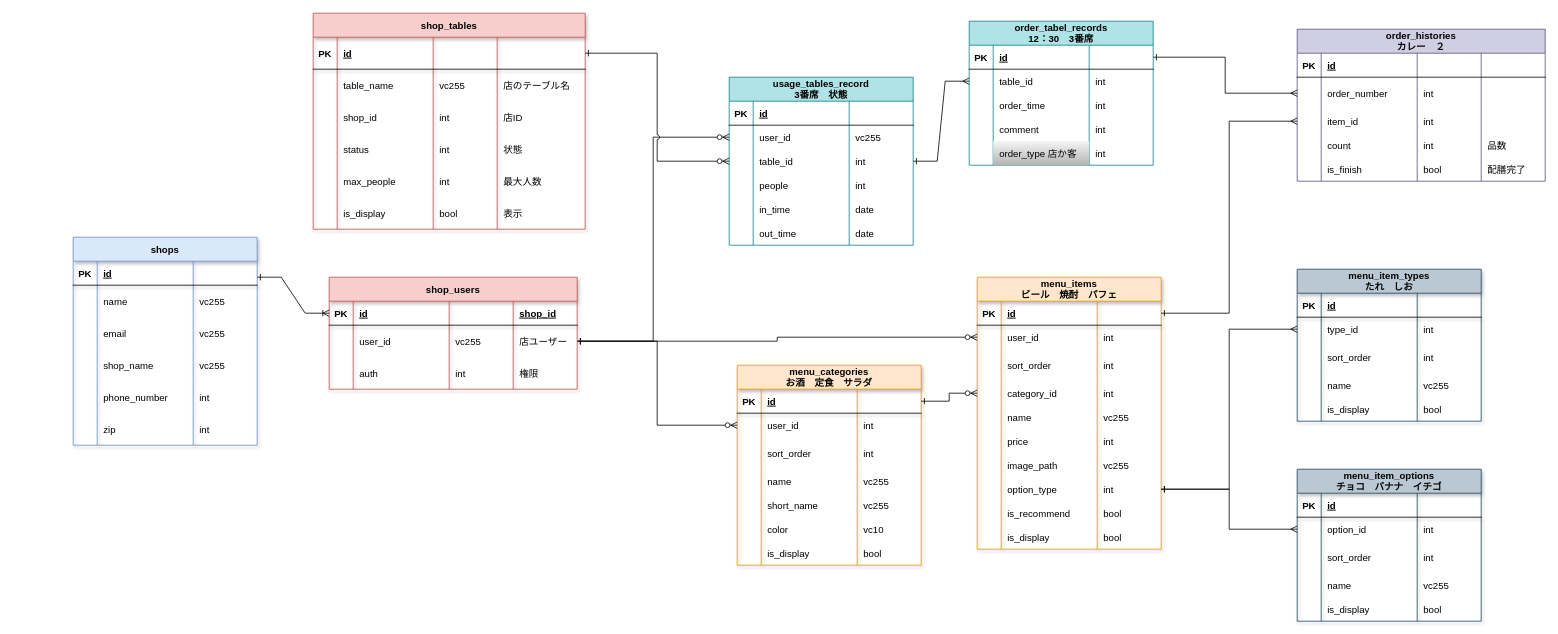
Before: DB-ER.drawio in lafrin/haizen, a draw.io diagram. Source tidied: cells renumbered, new cells numbered last; positions are measured from the earlier drawing's top-left corner, leaving out a move shared by most shapes. Both pictures are drawn from the tidied source at 80%, with x=0, y=0 at pixel (73, 13).
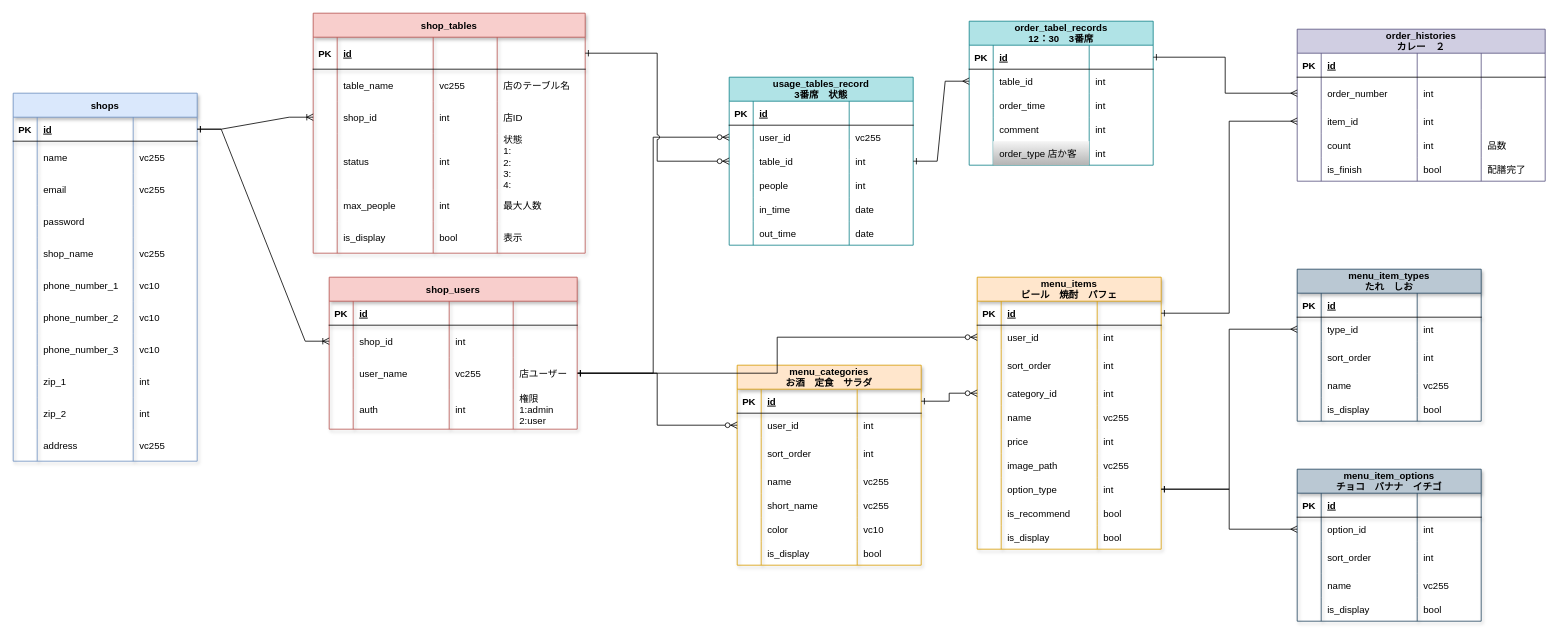
The same page after the edit.

Commit message:
DB-ER.drawio を更新します

Unchanged cells that the change refers to:
```xml
<mxCell id="94" style="shape=partialRectangle;fillColor=none;top=0;left=0;bottom=1;right=0;points=[[0,0.5],[1,0.5]];portConstraint=eastwest;shadow=1;" parent="93" vertex="1">
  <mxGeometry y="30" width="230" height="30" as="geometry" />
</mxCell>
<mxCell id="221" style="shape=partialRectangle;fillColor=none;top=0;left=0;bottom=1;right=0;points=[[0,0.5],[1,0.5]];portConstraint=eastwest;shadow=1;" parent="220" vertex="1">
  <mxGeometry y="30" width="310" height="30" as="geometry" />
</mxCell>
<mxCell id="248" style="shape=partialRectangle;fillColor=none;top=0;left=0;bottom=0;right=0;points=[[0,0.5],[1,0.5]];portConstraint=eastwest;shadow=1;" parent="237" vertex="1">
  <mxGeometry y="110" width="340" height="40" as="geometry" />
</mxCell>
```

The edit, as a diff of the source:
```diff
@@
     <mxCell id="93" value="shops" style="shape=table;startSize=30;childLayout=tableLayout;rowLines=0;fontStyle=1;align=center;shadow=1;fillColor=#dae8fc;strokeColor=#6c8ebf;" parent="1" vertex="1">
-      <mxGeometry y="280" width="230" height="260" as="geometry" />
+      <mxGeometry x="-75" y="100" width="230" height="460" as="geometry" />
     </mxCell>
@@
+    <mxCell id="269" style="shape=partialRectangle;fillColor=none;top=0;left=0;bottom=0;right=0;shadow=1;" parent="93" vertex="1">
+      <mxGeometry y="140" width="230" height="40" as="geometry" />
+    </mxCell>
+    <mxCell id="270" style="shape=partialRectangle;fillColor=none;top=0;left=0;bottom=0;right=0;overflow=hidden;shadow=1;" parent="269" vertex="1">
+      <mxGeometry width="30" height="40" as="geometry" />
+    </mxCell>
+    <mxCell id="271" value="password" style="shape=partialRectangle;fillColor=none;top=0;left=0;bottom=0;right=0;align=left;spacingLeft=6;overflow=hidden;shadow=1;" parent="269" vertex="1">
+      <mxGeometry x="30" width="120" height="40" as="geometry" />
+    </mxCell>
+    <mxCell id="272" style="shape=partialRectangle;fillColor=none;top=0;left=0;bottom=0;right=0;align=left;spacingLeft=6;overflow=hidden;shadow=1;" parent="269" vertex="1">
+      <mxGeometry x="150" width="80" height="40" as="geometry" />
+    </mxCell>
     <mxCell id="106" style="shape=partialRectangle;fillColor=none;top=0;left=0;bottom=0;right=0;shadow=1;" parent="93" vertex="1">
-      <mxGeometry y="140" width="230" height="40" as="geometry" />
+      <mxGeometry y="180" width="230" height="40" as="geometry" />
     </mxCell>
@@
     <mxCell id="110" style="shape=partialRectangle;fillColor=none;top=0;left=0;bottom=0;right=0;shadow=1;" parent="93" vertex="1">
-      <mxGeometry y="180" width="230" height="40" as="geometry" />
+      <mxGeometry y="220" width="230" height="40" as="geometry" />
     </mxCell>
@@
-    <mxCell id="112" value="phone_number" style="shape=partialRectangle;fillColor=none;top=0;left=0;bottom=0;right=0;align=left;spacingLeft=6;overflow=hidden;shadow=1;" parent="110" vertex="1">
+    <mxCell id="112" value="phone_number_1" style="shape=partialRectangle;fillColor=none;top=0;left=0;bottom=0;right=0;align=left;spacingLeft=6;overflow=hidden;shadow=1;" parent="110" vertex="1">
       <mxGeometry x="30" width="120" height="40" as="geometry" />
     </mxCell>
-    <mxCell id="113" value="int" style="shape=partialRectangle;fillColor=none;top=0;left=0;bottom=0;right=0;align=left;spacingLeft=6;overflow=hidden;shadow=1;" parent="110" vertex="1">
+    <mxCell id="113" value="vc10" style="shape=partialRectangle;fillColor=none;top=0;left=0;bottom=0;right=0;align=left;spacingLeft=6;overflow=hidden;shadow=1;" parent="110" vertex="1">
       <mxGeometry x="150" width="80" height="40" as="geometry" />
     </mxCell>
+    <mxCell id="273" style="shape=partialRectangle;fillColor=none;top=0;left=0;bottom=0;right=0;shadow=1;" parent="93" vertex="1">
+      <mxGeometry y="260" width="230" height="40" as="geometry" />
+    </mxCell>
+    <mxCell id="274" style="shape=partialRectangle;fillColor=none;top=0;left=0;bottom=0;right=0;overflow=hidden;shadow=1;" parent="273" vertex="1">
+      <mxGeometry width="30" height="40" as="geometry" />
+    </mxCell>
+    <mxCell id="275" value="phone_number_2" style="shape=partialRectangle;fillColor=none;top=0;left=0;bottom=0;right=0;align=left;spacingLeft=6;overflow=hidden;shadow=1;" parent="273" vertex="1">
+      <mxGeometry x="30" width="120" height="40" as="geometry" />
+    </mxCell>
+    <mxCell id="276" value="vc10" style="shape=partialRectangle;fillColor=none;top=0;left=0;bottom=0;right=0;align=left;spacingLeft=6;overflow=hidden;shadow=1;" parent="273" vertex="1">
+      <mxGeometry x="150" width="80" height="40" as="geometry" />
+    </mxCell>
+    <mxCell id="277" style="shape=partialRectangle;fillColor=none;top=0;left=0;bottom=0;right=0;shadow=1;" parent="93" vertex="1">
+      <mxGeometry y="300" width="230" height="40" as="geometry" />
+    </mxCell>
+    <mxCell id="278" style="shape=partialRectangle;fillColor=none;top=0;left=0;bottom=0;right=0;overflow=hidden;shadow=1;" parent="277" vertex="1">
+      <mxGeometry width="30" height="40" as="geometry" />
+    </mxCell>
+    <mxCell id="279" value="phone_number_3" style="shape=partialRectangle;fillColor=none;top=0;left=0;bottom=0;right=0;align=left;spacingLeft=6;overflow=hidden;shadow=1;" parent="277" vertex="1">
+      <mxGeometry x="30" width="120" height="40" as="geometry" />
+    </mxCell>
+    <mxCell id="280" value="vc10" style="shape=partialRectangle;fillColor=none;top=0;left=0;bottom=0;right=0;align=left;spacingLeft=6;overflow=hidden;shadow=1;" parent="277" vertex="1">
+      <mxGeometry x="150" width="80" height="40" as="geometry" />
+    </mxCell>
     <mxCell id="114" style="shape=partialRectangle;fillColor=none;top=0;left=0;bottom=0;right=0;shadow=1;" parent="93" vertex="1">
-      <mxGeometry y="220" width="230" height="40" as="geometry" />
+      <mxGeometry y="340" width="230" height="40" as="geometry" />
     </mxCell>
@@
-    <mxCell id="116" value="zip" style="shape=partialRectangle;fillColor=none;top=0;left=0;bottom=0;right=0;align=left;spacingLeft=6;overflow=hidden;shadow=1;" parent="114" vertex="1">
+    <mxCell id="116" value="zip_1" style="shape=partialRectangle;fillColor=none;top=0;left=0;bottom=0;right=0;align=left;spacingLeft=6;overflow=hidden;shadow=1;" parent="114" vertex="1">
       <mxGeometry x="30" width="120" height="40" as="geometry" />
     </mxCell>
@@
+    <mxCell id="281" style="shape=partialRectangle;fillColor=none;top=0;left=0;bottom=0;right=0;shadow=1;" parent="93" vertex="1">
+      <mxGeometry y="380" width="230" height="40" as="geometry" />
+    </mxCell>
+    <mxCell id="282" style="shape=partialRectangle;fillColor=none;top=0;left=0;bottom=0;right=0;overflow=hidden;shadow=1;" parent="281" vertex="1">
+      <mxGeometry width="30" height="40" as="geometry" />
+    </mxCell>
+    <mxCell id="283" value="zip_2" style="shape=partialRectangle;fillColor=none;top=0;left=0;bottom=0;right=0;align=left;spacingLeft=6;overflow=hidden;shadow=1;" parent="281" vertex="1">
+      <mxGeometry x="30" width="120" height="40" as="geometry" />
+    </mxCell>
+    <mxCell id="284" value="int" style="shape=partialRectangle;fillColor=none;top=0;left=0;bottom=0;right=0;align=left;spacingLeft=6;overflow=hidden;shadow=1;" parent="281" vertex="1">
+      <mxGeometry x="150" width="80" height="40" as="geometry" />
+    </mxCell>
+    <mxCell id="285" style="shape=partialRectangle;fillColor=none;top=0;left=0;bottom=0;right=0;shadow=1;" parent="93" vertex="1">
+      <mxGeometry y="420" width="230" height="40" as="geometry" />
+    </mxCell>
+    <mxCell id="286" style="shape=partialRectangle;fillColor=none;top=0;left=0;bottom=0;right=0;overflow=hidden;shadow=1;" parent="285" vertex="1">
+      <mxGeometry width="30" height="40" as="geometry" />
+    </mxCell>
+    <mxCell id="287" value="address" style="shape=partialRectangle;fillColor=none;top=0;left=0;bottom=0;right=0;align=left;spacingLeft=6;overflow=hidden;shadow=1;" parent="285" vertex="1">
+      <mxGeometry x="30" width="120" height="40" as="geometry" />
+    </mxCell>
+    <mxCell id="288" value="vc255" style="shape=partialRectangle;fillColor=none;top=0;left=0;bottom=0;right=0;align=left;spacingLeft=6;overflow=hidden;shadow=1;" parent="285" vertex="1">
+      <mxGeometry x="150" width="80" height="40" as="geometry" />
+    </mxCell>
@@
     <mxCell id="220" value="shop_users" style="shape=table;startSize=30;childLayout=tableLayout;rowLines=0;fontStyle=1;align=center;shadow=1;fillColor=#f8cecc;strokeColor=#b85450;" parent="1" vertex="1">
-      <mxGeometry x="320" y="330" width="310" height="140" as="geometry" />
+      <mxGeometry x="320" y="330" width="310" height="190" as="geometry" />
     </mxCell>
@@
-    <mxCell id="225" value="shop_id" style="shape=partialRectangle;fillColor=none;top=0;left=0;bottom=0;right=0;align=left;spacingLeft=6;fontStyle=5;overflow=hidden;shadow=1;" parent="221" vertex="1">
+    <mxCell id="225" style="shape=partialRectangle;fillColor=none;top=0;left=0;bottom=0;right=0;align=left;spacingLeft=6;fontStyle=5;overflow=hidden;shadow=1;" parent="221" vertex="1">
       <mxGeometry x="230" width="80" height="30" as="geometry" />
     </mxCell>
+    <mxCell id="289" style="shape=partialRectangle;fillColor=none;top=0;left=0;bottom=0;right=0;points=[[0,0.5],[1,0.5]];portConstraint=eastwest;shadow=1;" parent="220" vertex="1">
+      <mxGeometry y="60" width="310" height="40" as="geometry" />
+    </mxCell>
+    <mxCell id="290" style="shape=partialRectangle;fillColor=none;top=0;left=0;bottom=0;right=0;overflow=hidden;shadow=1;" parent="289" vertex="1">
+      <mxGeometry width="30" height="40" as="geometry" />
+    </mxCell>
+    <mxCell id="291" value="shop_id" style="shape=partialRectangle;fillColor=none;top=0;left=0;bottom=0;right=0;align=left;spacingLeft=6;overflow=hidden;shadow=1;" parent="289" vertex="1">
+      <mxGeometry x="30" width="120" height="40" as="geometry" />
+    </mxCell>
+    <mxCell id="292" value="int" style="shape=partialRectangle;fillColor=none;top=0;left=0;bottom=0;right=0;align=left;spacingLeft=6;overflow=hidden;shadow=1;" parent="289" vertex="1">
+      <mxGeometry x="150" width="80" height="40" as="geometry" />
+    </mxCell>
+    <mxCell id="293" style="shape=partialRectangle;fillColor=none;top=0;left=0;bottom=0;right=0;align=left;spacingLeft=6;overflow=hidden;shadow=1;" parent="289" vertex="1">
+      <mxGeometry x="230" width="80" height="40" as="geometry" />
+    </mxCell>
     <mxCell id="226" style="shape=partialRectangle;fillColor=none;top=0;left=0;bottom=0;right=0;points=[[0,0.5],[1,0.5]];portConstraint=eastwest;shadow=1;" parent="220" vertex="1">
-      <mxGeometry y="60" width="310" height="40" as="geometry" />
+      <mxGeometry y="100" width="310" height="40" as="geometry" />
     </mxCell>
@@
-    <mxCell id="228" value="user_id" style="shape=partialRectangle;fillColor=none;top=0;left=0;bottom=0;right=0;align=left;spacingLeft=6;overflow=hidden;shadow=1;" parent="226" vertex="1">
+    <mxCell id="228" value="user_name" style="shape=partialRectangle;fillColor=none;top=0;left=0;bottom=0;right=0;align=left;spacingLeft=6;overflow=hidden;shadow=1;" parent="226" vertex="1">
       <mxGeometry x="30" width="120" height="40" as="geometry" />
     </mxCell>
@@
     <mxCell id="231" style="shape=partialRectangle;fillColor=none;top=0;left=0;bottom=0;right=0;shadow=1;" parent="220" vertex="1">
-      <mxGeometry y="100" width="310" height="40" as="geometry" />
+      <mxGeometry y="140" width="310" height="50" as="geometry" />
     </mxCell>
     <mxCell id="232" style="shape=partialRectangle;fillColor=none;top=0;left=0;bottom=0;right=0;overflow=hidden;shadow=1;" parent="231" vertex="1">
-      <mxGeometry width="30" height="40" as="geometry" />
+      <mxGeometry width="30" height="50" as="geometry" />
     </mxCell>
     <mxCell id="233" value="auth" style="shape=partialRectangle;fillColor=none;top=0;left=0;bottom=0;right=0;align=left;spacingLeft=6;overflow=hidden;shadow=1;" parent="231" vertex="1">
-      <mxGeometry x="30" width="120" height="40" as="geometry" />
+      <mxGeometry x="30" width="120" height="50" as="geometry" />
     </mxCell>
     <mxCell id="234" value="int" style="shape=partialRectangle;fillColor=none;top=0;left=0;bottom=0;right=0;align=left;spacingLeft=6;overflow=hidden;shadow=1;" parent="231" vertex="1">
-      <mxGeometry x="150" width="80" height="40" as="geometry" />
+      <mxGeometry x="150" width="80" height="50" as="geometry" />
     </mxCell>
-    <mxCell id="235" value="権限" style="shape=partialRectangle;fillColor=none;top=0;left=0;bottom=0;right=0;align=left;spacingLeft=6;overflow=hidden;shadow=1;" parent="231" vertex="1">
-      <mxGeometry x="230" width="80" height="40" as="geometry" />
+    <mxCell id="235" value="権限&#10;1:admin&#10;2:user" style="shape=partialRectangle;fillColor=none;top=0;left=0;bottom=0;right=0;align=left;spacingLeft=6;overflow=hidden;shadow=1;" parent="231" vertex="1">
+      <mxGeometry x="230" width="80" height="50" as="geometry" />
     </mxCell>
-    <mxCell id="236" style="edgeStyle=entityRelationEdgeStyle;fontSize=12;html=1;endArrow=ERoneToMany;rounded=0;entryX=0;entryY=0.5;entryDx=0;entryDy=0;startArrow=ERone;startFill=0;" parent="1" edge="1" target="221">
-      <mxGeometry relative="1" as="geometry">
-        <mxPoint x="230" y="330" as="sourcePoint" />
-      </mxGeometry>
+    <mxCell id="236" style="edgeStyle=entityRelationEdgeStyle;fontSize=12;html=1;endArrow=ERoneToMany;rounded=0;entryX=0;entryY=0.5;entryDx=0;entryDy=0;startArrow=ERone;startFill=0;exitX=1;exitY=0.5;exitDx=0;exitDy=0;" parent="1" edge="1" source="94" target="289">
+      <mxGeometry relative="1" as="geometry" />
     </mxCell>
     <mxCell id="237" value="shop_tables" style="shape=table;startSize=30;childLayout=tableLayout;rowLines=0;fontStyle=1;align=center;shadow=1;fillColor=#f8cecc;strokeColor=#b85450;" parent="1" vertex="1">
-      <mxGeometry x="300" width="340" height="270" as="geometry" />
+      <mxGeometry x="300" width="340" height="300" as="geometry" />
     </mxCell>
@@
     <mxCell id="253" style="shape=partialRectangle;fillColor=none;top=0;left=0;bottom=0;right=0;shadow=1;" parent="237" vertex="1">
-      <mxGeometry y="150" width="340" height="40" as="geometry" />
+      <mxGeometry y="150" width="340" height="70" as="geometry" />
     </mxCell>
     <mxCell id="254" style="shape=partialRectangle;fillColor=none;top=0;left=0;bottom=0;right=0;overflow=hidden;shadow=1;" parent="253" vertex="1">
-      <mxGeometry width="30" height="40" as="geometry" />
+      <mxGeometry width="30" height="70" as="geometry" />
     </mxCell>
     <mxCell id="255" value="status" style="shape=partialRectangle;fillColor=none;top=0;left=0;bottom=0;right=0;align=left;spacingLeft=6;overflow=hidden;shadow=1;" parent="253" vertex="1">
-      <mxGeometry x="30" width="120" height="40" as="geometry" />
+      <mxGeometry x="30" width="120" height="70" as="geometry" />
     </mxCell>
     <mxCell id="256" value="int" style="shape=partialRectangle;fillColor=none;top=0;left=0;bottom=0;right=0;align=left;spacingLeft=6;overflow=hidden;shadow=1;" parent="253" vertex="1">
-      <mxGeometry x="150" width="80" height="40" as="geometry" />
+      <mxGeometry x="150" width="80" height="70" as="geometry" />
     </mxCell>
-    <mxCell id="257" value="状態" style="shape=partialRectangle;fillColor=none;top=0;left=0;bottom=0;right=0;align=left;spacingLeft=6;overflow=hidden;shadow=1;" parent="253" vertex="1">
-      <mxGeometry x="230" width="110" height="40" as="geometry" />
+    <mxCell id="257" value="状態&#10;1:&#10;2:&#10;3:&#10;4:" style="shape=partialRectangle;fillColor=none;top=0;left=0;bottom=0;right=0;align=left;spacingLeft=6;overflow=hidden;shadow=1;" parent="253" vertex="1">
+      <mxGeometry x="230" width="110" height="70" as="geometry" />
     </mxCell>
     <mxCell id="258" style="shape=partialRectangle;fillColor=none;top=0;left=0;bottom=0;right=0;shadow=1;" parent="237" vertex="1">
-      <mxGeometry y="190" width="340" height="40" as="geometry" />
+      <mxGeometry y="220" width="340" height="40" as="geometry" />
     </mxCell>
@@
     <mxCell id="263" style="shape=partialRectangle;fillColor=none;top=0;left=0;bottom=0;right=0;shadow=1;" parent="237" vertex="1">
-      <mxGeometry y="230" width="340" height="40" as="geometry" />
+      <mxGeometry y="260" width="340" height="40" as="geometry" />
     </mxCell>
@@
+    <mxCell id="294" style="edgeStyle=entityRelationEdgeStyle;fontSize=12;html=1;endArrow=ERoneToMany;rounded=0;entryX=0;entryY=0.5;entryDx=0;entryDy=0;startArrow=ERone;startFill=0;exitX=1;exitY=0.5;exitDx=0;exitDy=0;" parent="1" edge="1" source="94" target="248">
+      <mxGeometry relative="1" as="geometry" />
+    </mxCell>
```
